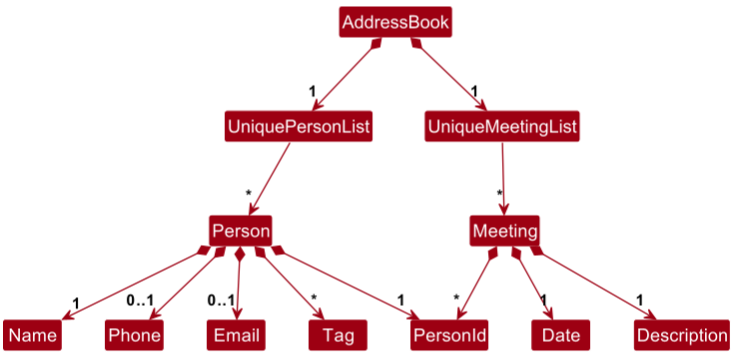
Before: docs/images/CloserModelClassDiagram.png, a diagram exported from PlantUML (AY2526S2-CS2103T-T12-3/tp). Its source is kept beside it as docs/diagrams/CloserModelClassDiagram.puml. Source of this version:
```plantuml
@startuml
!include style.puml

skinparam arrowThickness 1.1
skinparam arrowColor MODEL_COLOR
skinparam classBackgroundColor MODEL_COLOR

AddressBook *--> "1" UniquePersonList
AddressBook *--> "1" UniqueMeetingList

UniquePersonList --> "*" Person
UniqueMeetingList --> "*" Meeting

Person *--> "1" PersonId
Person *--> "1" Name
Person *--> "0..1" Phone
Person *--> "0..1" Email
Person *--> "*" Tag

Meeting *--> "*" PersonId
Meeting *--> "1" Date
Meeting *--> "1" Description

@enduml
```
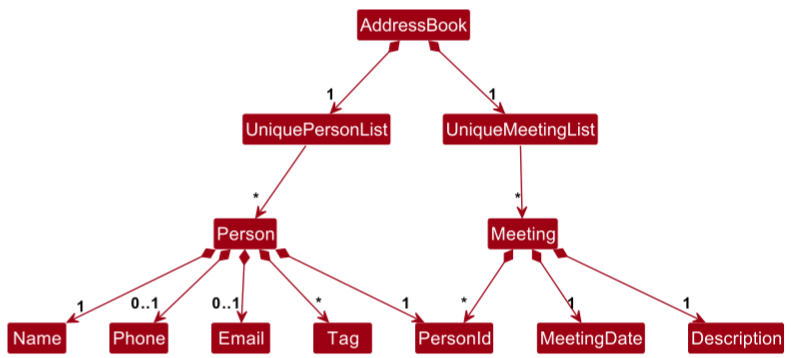
After the commit.

What changed in the source:
```diff
@@ -18,7 +18,7 @@
 Person *--> "*" Tag
 
 Meeting *--> "*" PersonId
-Meeting *--> "1" Date
+Meeting *--> "1" MeetingDate
 Meeting *--> "1" Description
 
 @enduml
```
